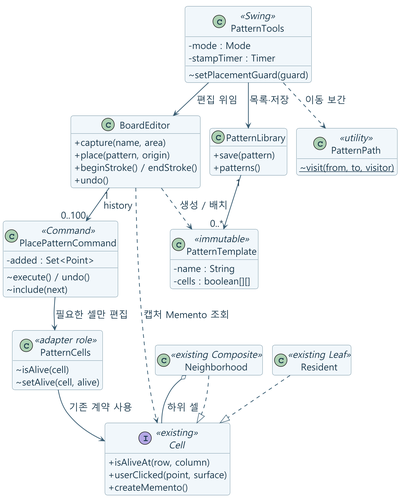
Above: docs/capture/diagrams/02-classes.png in mckimR1972/DP_team_project (PlantUML), before the change.
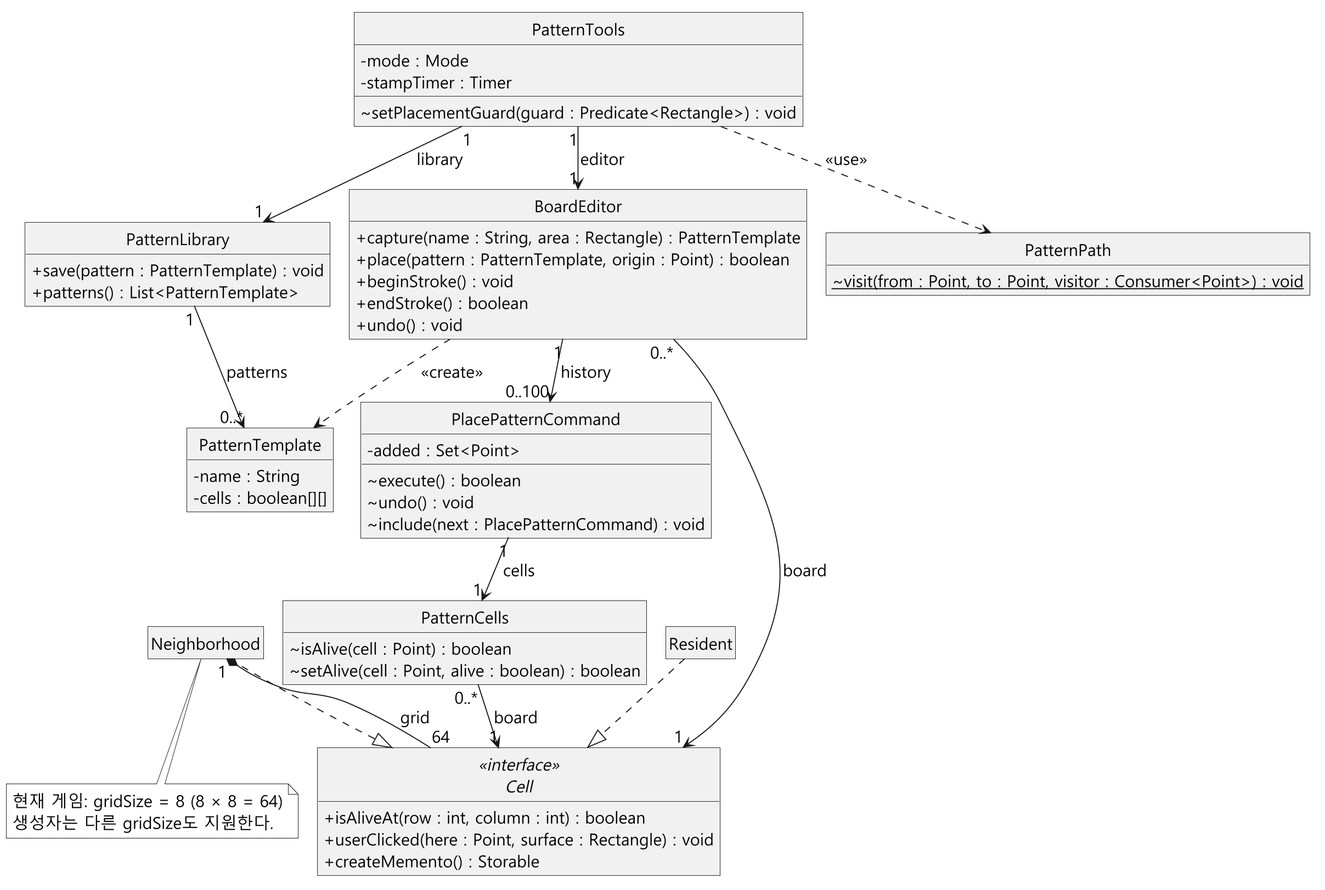
After the change.

What changed in the source:
```diff
@@ -1,56 +1,61 @@
 @startuml
 !include theme.puml
-skinparam defaultFontSize 18
 hide empty members
-class PatternTools <<Swing>> {
+class PatternTools {
   -mode : Mode
   -stampTimer : Timer
-  ~setPlacementGuard(guard)
+  ~setPlacementGuard(guard : Predicate<Rectangle>) : void
 }
 class BoardEditor {
-  +capture(name, area)
-  +place(pattern, origin)
-  +beginStroke() / endStroke()
-  +undo()
+  +capture(name : String, area : Rectangle) : PatternTemplate
+  +place(pattern : PatternTemplate, origin : Point) : boolean
+  +beginStroke() : void
+  +endStroke() : boolean
+  +undo() : void
 }
 class PatternLibrary {
-  +save(pattern)
-  +patterns()
+  +save(pattern : PatternTemplate) : void
+  +patterns() : List<PatternTemplate>
 }
-class PatternTemplate <<immutable>> {
+class PatternTemplate {
   -name : String
   -cells : boolean[][]
 }
-class PlacePatternCommand <<Command>> {
+class PlacePatternCommand {
   -added : Set<Point>
-  ~execute() / undo()
-  ~include(next)
+  ~execute() : boolean
+  ~undo() : void
+  ~include(next : PlacePatternCommand) : void
 }
-class PatternCells <<adapter role>> {
-  ~isAlive(cell)
-  ~setAlive(cell, alive)
+class PatternCells {
+  ~isAlive(cell : Point) : boolean
+  ~setAlive(cell : Point, alive : boolean) : boolean
 }
-class PatternPath <<utility>> {
-  {static} ~visit(from, to, visitor)
+class PatternPath {
+  {static} ~visit(from : Point, to : Point, visitor : Consumer<Point>) : void
 }
-interface Cell <<existing>> {
-  +isAliveAt(row, column)
-  +userClicked(point, surface)
-  +createMemento()
+interface Cell <<interface>> {
+  +isAliveAt(row : int, column : int) : boolean
+  +userClicked(here : Point, surface : Rectangle) : void
+  +createMemento() : Storable
 }
-class Neighborhood <<existing Composite>>
-class Resident <<existing Leaf>>
+class Neighborhood
+class Resident
 
-PatternTools --> BoardEditor : 편집 위임
-PatternTools --> PatternLibrary : 목록·저장
-PatternTools ..> PatternPath : 이동 보간
-PatternLibrary "1" --> "0..*" PatternTemplate
-BoardEditor ..> PatternTemplate : 생성 / 배치
+PatternTools "1" --> "1" BoardEditor : editor
+PatternTools "1" --> "1" PatternLibrary : library
+PatternTools ..> PatternPath : <<use>>
+PatternLibrary "1" --> "0..*" PatternTemplate : patterns
+BoardEditor ..> PatternTemplate : <<create>>
 BoardEditor "1" --> "0..100" PlacePatternCommand : history
-PlacePatternCommand --> PatternCells : 필요한 셀만 편집
-PatternCells --> Cell : 기존 계약 사용
-BoardEditor ..> Cell : 캡처 Memento 조회
+PlacePatternCommand "1" --> "1" PatternCells : cells
+PatternCells "0..*" --> "1" Cell : board
+BoardEditor "0..*" --> "1" Cell : board
 Neighborhood ..|> Cell
 Resident ..|> Cell
-Neighborhood o-- Cell : 하위 셀
+Neighborhood "1" *-- "64" Cell : grid
+note bottom of Neighborhood
+  현재 게임: gridSize = 8 (8 × 8 = 64)
+  생성자는 다른 gridSize도 지원한다.
+end note
 @enduml
```
